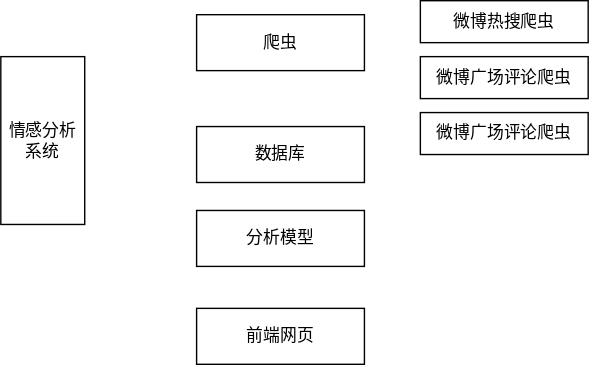
hikari0217/hikari keeps this draw.io diagram as 组成模块.drawio.svg. Above is the earlier version. Source tidied: cells renumbered, new cells last; positions are measured from the earlier drawing's top-left corner, leaving out a move shared by most shapes. The source it was exported from:
```xml
<mxGraphModel>
  <root>
    <mxCell id="0" />
    <mxCell id="1" parent="0" />
    <mxCell id="2" value="情感分析系统" style="rounded=0;whiteSpace=wrap;html=1;" parent="1" vertex="1">
      <mxGeometry y="40" width="60" height="120" as="geometry" />
    </mxCell>
    <mxCell id="3" value="爬虫" style="rounded=0;whiteSpace=wrap;html=1;" parent="1" vertex="1">
      <mxGeometry x="140" y="10" width="120" height="40" as="geometry" />
    </mxCell>
    <mxCell id="4" value="数据库" style="rounded=0;whiteSpace=wrap;html=1;" parent="1" vertex="1">
      <mxGeometry x="140" y="90" width="120" height="40" as="geometry" />
    </mxCell>
    <mxCell id="5" value="分析模型" style="rounded=0;whiteSpace=wrap;html=1;" parent="1" vertex="1">
      <mxGeometry x="140" y="150" width="120" height="40" as="geometry" />
    </mxCell>
    <mxCell id="6" value="前端网页" style="rounded=0;whiteSpace=wrap;html=1;" parent="1" vertex="1">
      <mxGeometry x="140" y="220" width="120" height="40" as="geometry" />
    </mxCell>
    <mxCell id="7" value="微博热搜爬虫" style="rounded=0;whiteSpace=wrap;html=1;" parent="1" vertex="1">
      <mxGeometry x="300" width="120" height="30" as="geometry" />
    </mxCell>
    <mxCell id="8" value="微博广场评论爬虫" style="rounded=0;whiteSpace=wrap;html=1;" parent="1" vertex="1">
      <mxGeometry x="300" y="40" width="120" height="30" as="geometry" />
    </mxCell>
    <mxCell id="9" value="微博广场评论爬虫" style="rounded=0;whiteSpace=wrap;html=1;" parent="1" vertex="1">
      <mxGeometry x="300" y="80" width="120" height="30" as="geometry" />
    </mxCell>
  </root>
</mxGraphModel>
```
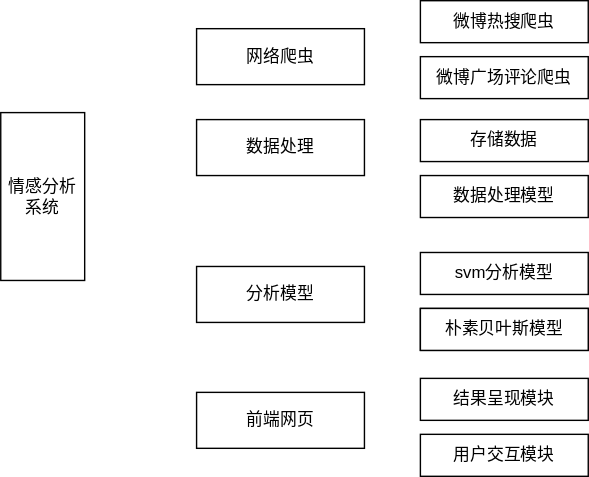
Later version of the same file.

Commit message:
更新组成模块.drawio.svg

The edit, as a diff of the source:
```diff
@@ -5,26 +5,44 @@
     <mxCell id="2" value="情感分析系统" style="rounded=0;whiteSpace=wrap;html=1;" parent="1" vertex="1">
       <mxGeometry y="40" width="60" height="120" as="geometry" />
     </mxCell>
-    <mxCell id="3" value="爬虫" style="rounded=0;whiteSpace=wrap;html=1;" parent="1" vertex="1">
-      <mxGeometry x="140" y="10" width="120" height="40" as="geometry" />
+    <mxCell id="3" value="网络爬虫" style="rounded=0;whiteSpace=wrap;html=1;" parent="1" vertex="1">
+      <mxGeometry x="140" y="-20" width="120" height="40" as="geometry" />
     </mxCell>
-    <mxCell id="4" value="数据库" style="rounded=0;whiteSpace=wrap;html=1;" parent="1" vertex="1">
-      <mxGeometry x="140" y="90" width="120" height="40" as="geometry" />
-    </mxCell>
     <mxCell id="5" value="分析模型" style="rounded=0;whiteSpace=wrap;html=1;" parent="1" vertex="1">
       <mxGeometry x="140" y="150" width="120" height="40" as="geometry" />
     </mxCell>
     <mxCell id="6" value="前端网页" style="rounded=0;whiteSpace=wrap;html=1;" parent="1" vertex="1">
-      <mxGeometry x="140" y="220" width="120" height="40" as="geometry" />
+      <mxGeometry x="140" y="240" width="120" height="40" as="geometry" />
     </mxCell>
     <mxCell id="7" value="微博热搜爬虫" style="rounded=0;whiteSpace=wrap;html=1;" parent="1" vertex="1">
-      <mxGeometry x="300" width="120" height="30" as="geometry" />
+      <mxGeometry x="300" y="-40" width="120" height="30" as="geometry" />
     </mxCell>
     <mxCell id="8" value="微博广场评论爬虫" style="rounded=0;whiteSpace=wrap;html=1;" parent="1" vertex="1">
-      <mxGeometry x="300" y="40" width="120" height="30" as="geometry" />
+      <mxGeometry x="300" width="120" height="30" as="geometry" />
     </mxCell>
-    <mxCell id="9" value="微博广场评论爬虫" style="rounded=0;whiteSpace=wrap;html=1;" parent="1" vertex="1">
-      <mxGeometry x="300" y="80" width="120" height="30" as="geometry" />
+    <mxCell id="9" value="存储数据" style="rounded=0;whiteSpace=wrap;html=1;" parent="1" vertex="1">
+      <mxGeometry x="300" y="45" width="120" height="30" as="geometry" />
     </mxCell>
+    <mxCell id="10" value="svm分析模型" style="rounded=0;whiteSpace=wrap;html=1;" parent="1" vertex="1">
+      <mxGeometry x="300" y="140" width="120" height="30" as="geometry" />
+    </mxCell>
+    <mxCell id="11" value="svm分析模型" style="rounded=0;whiteSpace=wrap;html=1;" parent="1" vertex="1">
+      <mxGeometry x="300" y="180" width="120" height="30" as="geometry" />
+    </mxCell>
+    <mxCell id="12" value="朴素贝叶斯模型" style="rounded=0;whiteSpace=wrap;html=1;" parent="1" vertex="1">
+      <mxGeometry x="300" y="180" width="120" height="30" as="geometry" />
+    </mxCell>
+    <mxCell id="13" value="数据处理模型" style="rounded=0;whiteSpace=wrap;html=1;" parent="1" vertex="1">
+      <mxGeometry x="300" y="85" width="120" height="30" as="geometry" />
+    </mxCell>
+    <mxCell id="14" value="数据处理" style="rounded=0;whiteSpace=wrap;html=1;" parent="1" vertex="1">
+      <mxGeometry x="140" y="45" width="120" height="40" as="geometry" />
+    </mxCell>
+    <mxCell id="15" value="结果呈现模块" style="rounded=0;whiteSpace=wrap;html=1;" parent="1" vertex="1">
+      <mxGeometry x="300" y="230" width="120" height="30" as="geometry" />
+    </mxCell>
+    <mxCell id="16" value="用户交互模块" style="rounded=0;whiteSpace=wrap;html=1;" parent="1" vertex="1">
+      <mxGeometry x="300" y="270" width="120" height="30" as="geometry" />
+    </mxCell>
   </root>
 </mxGraphModel>
```
